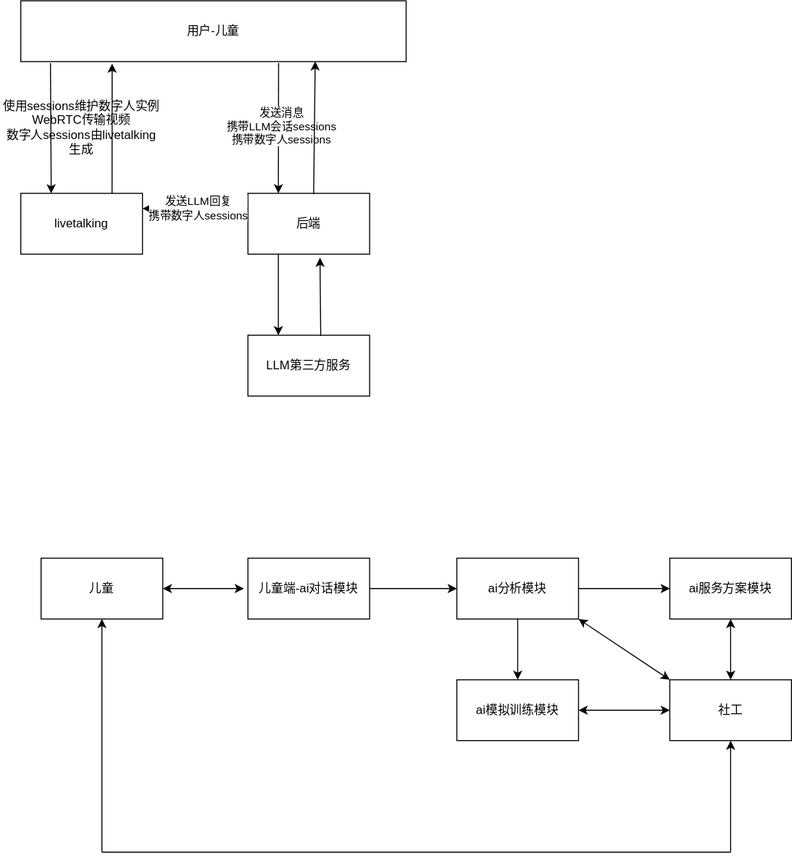
Earlier version of the draw.io export src/main/resources/livetalking.svg (MaouXY/care-sync-ai). Source tidied: cells renumbered, new cells last; positions are measured from the earlier drawing's top-left corner, leaving out a move shared by most shapes.
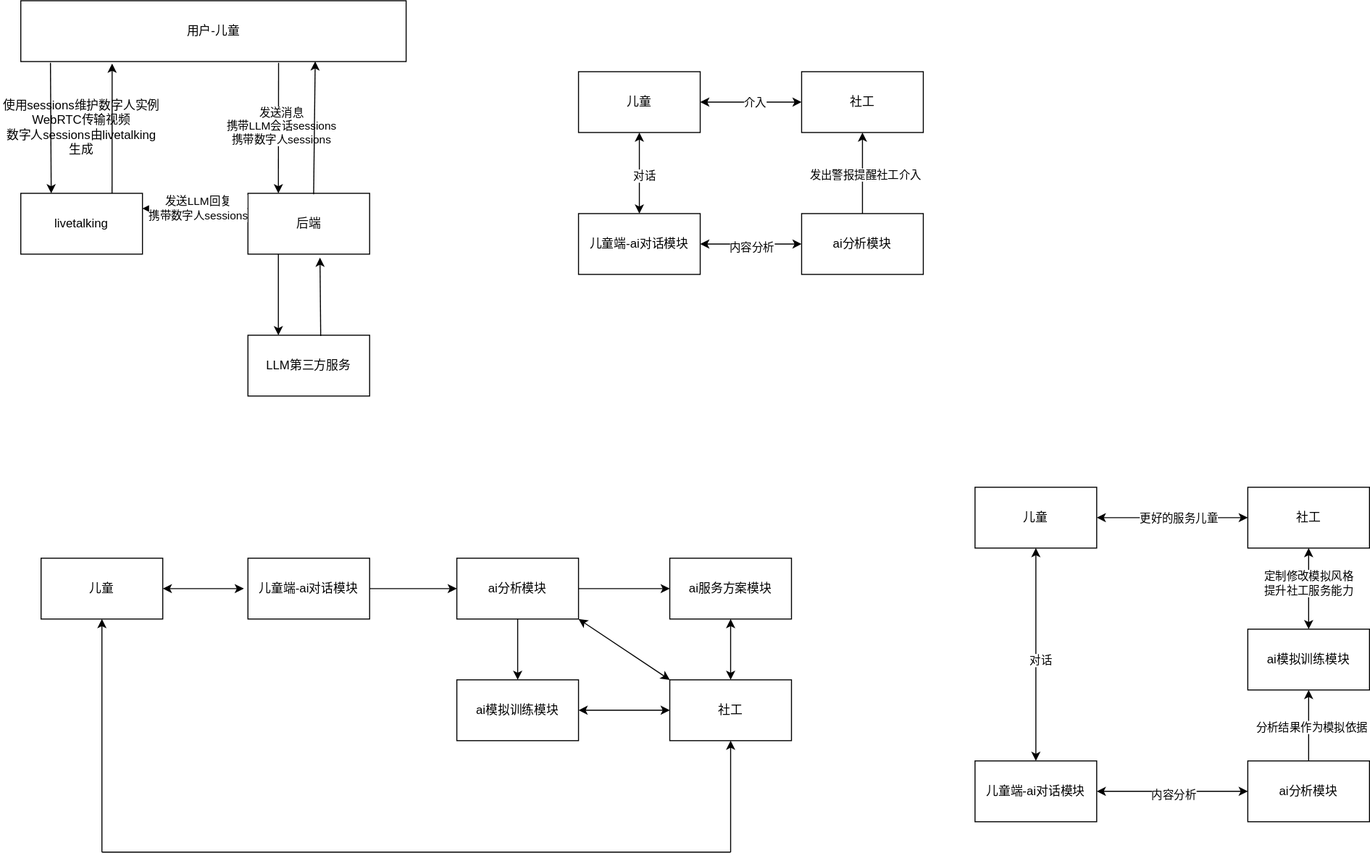
The same diagram one commit later.

Diff of the diagram source:
```diff
@@ -101,5 +101,91 @@
         <mxPoint x="100" y="840" as="sourcePoint" />
       </mxGeometry>
     </mxCell>
+    <mxCell id="32" value="儿童" style="rounded=0;whiteSpace=wrap;html=1;" parent="1" vertex="1">
+      <mxGeometry x="570" y="70" width="120" height="60" as="geometry" />
+    </mxCell>
+    <mxCell id="33" value="儿童端-ai对话模块" style="rounded=0;whiteSpace=wrap;html=1;" parent="1" vertex="1">
+      <mxGeometry x="570" y="210" width="120" height="60" as="geometry" />
+    </mxCell>
+    <mxCell id="34" style="endArrow=classic;startArrow=classic;html=1;rounded=0;entryX=0.5;entryY=1;entryDx=0;entryDy=0;exitX=0.5;exitY=0;exitDx=0;exitDy=0;" parent="1" edge="1" source="33" target="32">
+      <mxGeometry relative="1" as="geometry" />
+    </mxCell>
+    <mxCell id="35" value="对话" style="edgeLabel;html=1;align=center;verticalAlign=middle;" parent="34" vertex="1">
+      <mxGeometry x="-0.04" y="-4" relative="1" as="geometry" />
+    </mxCell>
+    <mxCell id="36" value="ai分析模块" style="rounded=0;whiteSpace=wrap;html=1;" parent="1" vertex="1">
+      <mxGeometry x="790" y="210" width="120" height="60" as="geometry" />
+    </mxCell>
+    <mxCell id="37" style="endArrow=classic;startArrow=classic;html=1;rounded=0;exitX=1;exitY=0.5;exitDx=0;exitDy=0;entryX=0;entryY=0.5;entryDx=0;entryDy=0;" parent="1" edge="1" source="33" target="36">
+      <mxGeometry relative="1" as="geometry" />
+    </mxCell>
+    <mxCell id="38" value="内容分析" style="edgeLabel;html=1;align=center;verticalAlign=middle;" parent="37" vertex="1">
+      <mxGeometry y="-3" relative="1" as="geometry" />
+    </mxCell>
+    <mxCell id="39" value="社工" style="rounded=0;whiteSpace=wrap;html=1;" parent="1" vertex="1">
+      <mxGeometry x="790" y="70" width="120" height="60" as="geometry" />
+    </mxCell>
+    <mxCell id="40" style="endArrow=classic;html=1;rounded=0;exitX=0.5;exitY=0;exitDx=0;exitDy=0;entryX=0.5;entryY=1;entryDx=0;entryDy=0;" parent="1" edge="1" source="36" target="39">
+      <mxGeometry relative="1" as="geometry" />
+    </mxCell>
+    <mxCell id="41" value="发出警报提醒社工介入" style="edgeLabel;html=1;align=center;verticalAlign=middle;" parent="40" vertex="1">
+      <mxGeometry x="-0.02" y="-2" relative="1" as="geometry" />
+    </mxCell>
+    <mxCell id="42" style="endArrow=classic;startArrow=classic;html=1;rounded=0;entryX=0;entryY=0.5;entryDx=0;entryDy=0;exitX=1;exitY=0.5;exitDx=0;exitDy=0;" parent="1" edge="1" source="32" target="39">
+      <mxGeometry relative="1" as="geometry" />
+    </mxCell>
+    <mxCell id="43" value="介入" style="edgeLabel;html=1;align=center;verticalAlign=middle;" parent="42" vertex="1">
+      <mxGeometry x="0.06" relative="1" as="geometry" />
+    </mxCell>
+    <mxCell id="44" value="儿童" style="rounded=0;whiteSpace=wrap;html=1;" parent="1" vertex="1">
+      <mxGeometry x="961" y="480" width="120" height="60" as="geometry" />
+    </mxCell>
+    <mxCell id="45" value="儿童端-ai对话模块" style="rounded=0;whiteSpace=wrap;html=1;" parent="1" vertex="1">
+      <mxGeometry x="961" y="750" width="120" height="60" as="geometry" />
+    </mxCell>
+    <mxCell id="46" style="endArrow=classic;startArrow=classic;html=1;rounded=0;entryX=0.5;entryY=1;entryDx=0;entryDy=0;exitX=0.5;exitY=0;exitDx=0;exitDy=0;" parent="1" edge="1" source="45" target="44">
+      <mxGeometry relative="1" as="geometry" />
+    </mxCell>
+    <mxCell id="47" value="对话" style="edgeLabel;html=1;align=center;verticalAlign=middle;" parent="46" vertex="1">
+      <mxGeometry x="-0.04" y="-4" relative="1" as="geometry" />
+    </mxCell>
+    <mxCell id="48" value="ai分析模块" style="rounded=0;whiteSpace=wrap;html=1;" parent="1" vertex="1">
+      <mxGeometry x="1230" y="750" width="120" height="60" as="geometry" />
+    </mxCell>
+    <mxCell id="49" style="endArrow=classic;startArrow=classic;html=1;rounded=0;exitX=1;exitY=0.5;exitDx=0;exitDy=0;entryX=0;entryY=0.5;entryDx=0;entryDy=0;" parent="1" edge="1" source="45" target="48">
+      <mxGeometry relative="1" as="geometry" />
+    </mxCell>
+    <mxCell id="50" value="内容分析" style="edgeLabel;html=1;align=center;verticalAlign=middle;" parent="49" vertex="1">
+      <mxGeometry y="-3" relative="1" as="geometry" />
+    </mxCell>
+    <mxCell id="51" value="社工" style="rounded=0;whiteSpace=wrap;html=1;" parent="1" vertex="1">
+      <mxGeometry x="1230" y="480" width="120" height="60" as="geometry" />
+    </mxCell>
+    <mxCell id="52" style="endArrow=classic;startArrow=classic;html=1;rounded=0;entryX=0;entryY=0.5;entryDx=0;entryDy=0;exitX=1;exitY=0.5;exitDx=0;exitDy=0;" parent="1" edge="1" source="44" target="51">
+      <mxGeometry relative="1" as="geometry" />
+    </mxCell>
+    <mxCell id="53" value="介入" style="edgeLabel;html=1;align=center;verticalAlign=middle;" parent="52" vertex="1">
+      <mxGeometry x="0.06" relative="1" as="geometry" />
+    </mxCell>
+    <mxCell id="54" value="更好的服务儿童" style="edgeLabel;html=1;align=center;verticalAlign=middle;" parent="52" vertex="1">
+      <mxGeometry x="0.09" relative="1" as="geometry">
+        <mxPoint x="-1" as="offset" />
+      </mxGeometry>
+    </mxCell>
+    <mxCell id="55" style="endArrow=classic;html=1;rounded=0;exitX=0.5;exitY=0;exitDx=0;exitDy=0;entryX=0.5;entryY=1;entryDx=0;entryDy=0;" parent="1" edge="1" source="48" target="57">
+      <mxGeometry relative="1" as="geometry" />
+    </mxCell>
+    <mxCell id="56" value="分析结果作为模拟依据" style="edgeLabel;html=1;align=center;verticalAlign=middle;" parent="55" vertex="1">
+      <mxGeometry x="-0.02" y="-2" relative="1" as="geometry" />
+    </mxCell>
+    <mxCell id="57" value="ai模拟训练模块" style="rounded=0;whiteSpace=wrap;html=1;" parent="1" vertex="1">
+      <mxGeometry x="1230" y="620" width="120" height="60" as="geometry" />
+    </mxCell>
+    <mxCell id="58" style="endArrow=classic;startArrow=classic;html=1;rounded=0;exitX=0.5;exitY=0;exitDx=0;exitDy=0;entryX=0.5;entryY=1;entryDx=0;entryDy=0;" parent="1" edge="1" source="57" target="51">
+      <mxGeometry relative="1" as="geometry" />
+    </mxCell>
+    <mxCell id="59" value="定制修改模拟风格&lt;br&gt;提升社工服务能力" style="edgeLabel;html=1;align=center;verticalAlign=middle;" parent="58" vertex="1">
+      <mxGeometry x="0.15" y="1" relative="1" as="geometry" />
+    </mxCell>
   </root>
 </mxGraphModel>
```
